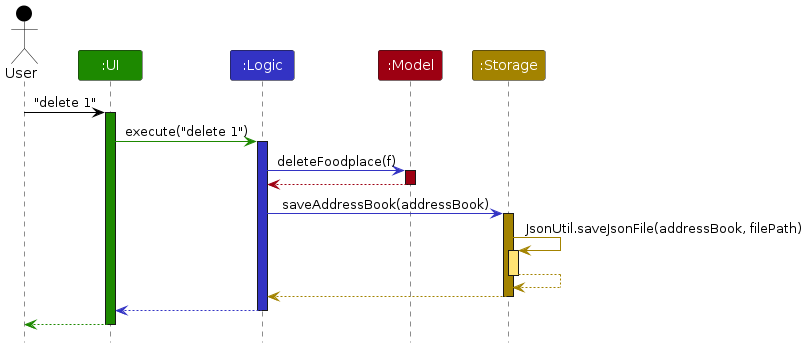
The PlantUML diagram diagrams/ArchitectureSequenceDiagram.png in AY2526S1-CS2103T-W14-2/tp, before a commit. Its source is kept beside it as diagrams/ArchitectureSequenceDiagram.puml. Source of this version:
```plantuml
@startuml ArchitechtureSequenceDiagram
!include style.puml
skinparam ArrowFontStyle plain

Actor User as user USER_COLOR
Participant ":UI" as ui UI_COLOR
Participant ":Logic" as logic LOGIC_COLOR
Participant ":Model" as model MODEL_COLOR
Participant ":Storage" as storage STORAGE_COLOR

user -[USER_COLOR]> ui : "delete 1"
activate ui UI_COLOR

ui -[UI_COLOR]> logic : execute("delete 1")
activate logic LOGIC_COLOR

logic -[LOGIC_COLOR]> model : deleteFoodplace(f)
activate model MODEL_COLOR

model -[MODEL_COLOR]-> logic
deactivate model

logic -[LOGIC_COLOR]> storage : saveAddressBook(addressBook)
activate storage STORAGE_COLOR

storage -[STORAGE_COLOR]> storage : JsonUtil.saveJsonFile(addressBook, filePath)
activate storage STORAGE_COLOR_T1
storage --[STORAGE_COLOR]> storage
deactivate storage

storage --[STORAGE_COLOR]> logic
deactivate storage

logic --[LOGIC_COLOR]> ui
deactivate logic

ui--[UI_COLOR]> user
deactivate ui
@enduml
```
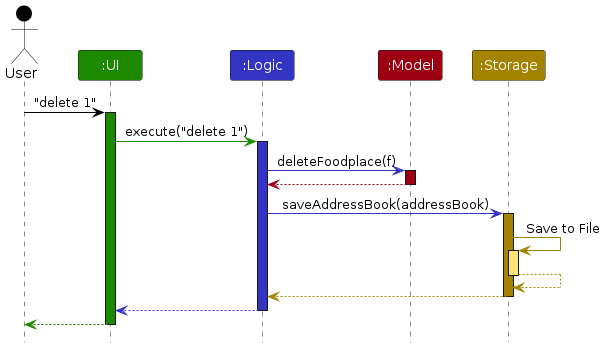
After the commit.

Change to the diagram source:
```diff
@@ -23,7 +23,7 @@
 logic -[LOGIC_COLOR]> storage : saveAddressBook(addressBook)
 activate storage STORAGE_COLOR
 
-storage -[STORAGE_COLOR]> storage : JsonUtil.saveJsonFile(addressBook, filePath)
+storage -[STORAGE_COLOR]> storage : Save to File
 activate storage STORAGE_COLOR_T1
 storage --[STORAGE_COLOR]> storage
 deactivate storage
```
